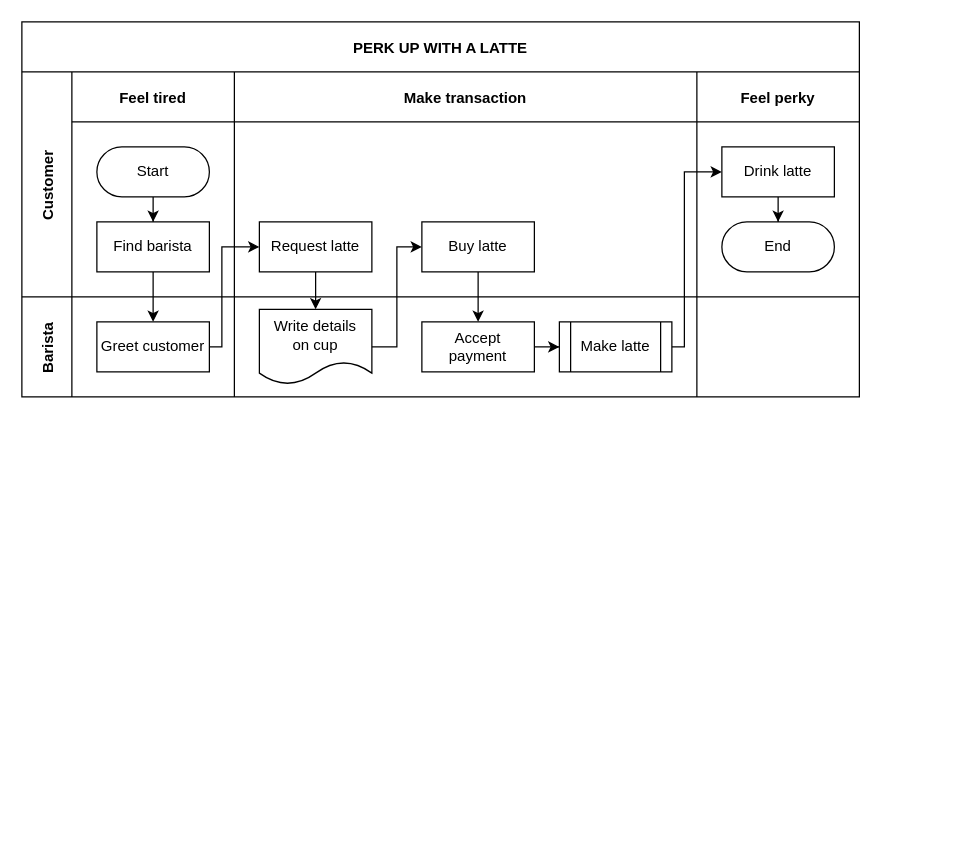
liemichael20/checkout-demo-laravel keeps this draw.io diagram as Untitled Diagram.drawio. Above is the earlier version. Source tidied: cells renumbered, new cells numbered last; positions are measured from the earlier drawing's top-left corner, leaving out a move shared by most shapes. Both pictures are drawn from the tidied source at 125%, with x=0, y=0 at pixel (21, 21).
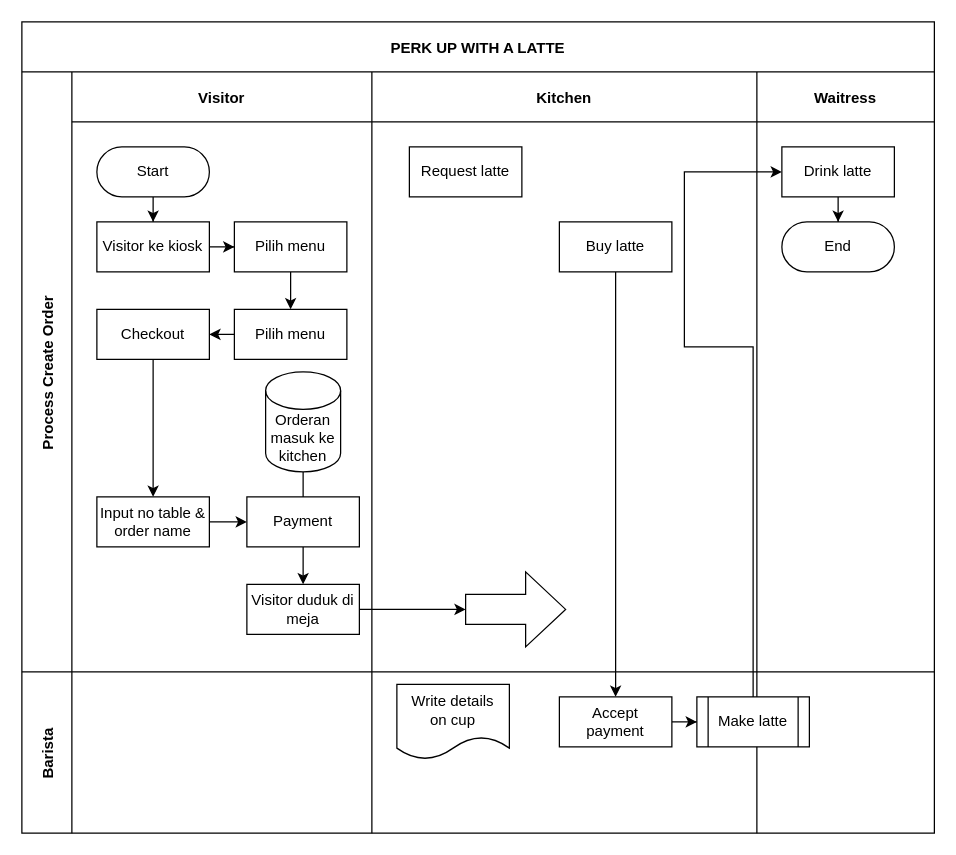
The same page after the edit.

Commit message (it also covers changes not shown here):
Ben Ambyar Resto App

Unchanged cells that the change refers to:
```xml
<mxCell id="11" value="Buy latte" style="rounded=0;whiteSpace=wrap;html=1;" parent="9" vertex="1">
  <mxGeometry x="150" y="120" width="90" height="40" as="geometry" />
</mxCell>
<mxCell id="22" value="Write details&lt;br&gt;on cup" style="shape=document;whiteSpace=wrap;html=1;boundedLbl=1;" parent="19" vertex="1">
  <mxGeometry x="20" y="10" width="90" height="60" as="geometry" />
</mxCell>
```

Change to the diagram source:
```diff
@@
-    <mxCell id="2" value="PERK UP WITH A LATTE" style="shape=table;childLayout=tableLayout;startSize=40;fillColor=none;fontStyle=1;" parent="1" vertex="1">
-      <mxGeometry width="670" height="300" as="geometry" />
+    <mxCell id="2" value="PERK UP WITH A LATTE" style="shape=table;childLayout=tableLayout;startSize=40;fillColor=none;fontStyle=1;strokeColor=default;" parent="1" vertex="1">
+      <mxGeometry width="730" height="649" as="geometry" />
     </mxCell>
-    <mxCell id="3" style="edgeStyle=orthogonalEdgeStyle;rounded=0;jettySize=auto;html=1;" parent="2" edge="1" source="8" target="18">
-      <mxGeometry relative="1" as="geometry" />
-    </mxCell>
-    <mxCell id="4" value="Customer" style="shape=tableRow;horizontal=0;swimlaneHead=0;swimlaneBody=0;top=0;left=0;bottom=0;right=0;fillColor=none;startSize=40;fontStyle=1;" parent="2" vertex="1">
-      <mxGeometry y="40" width="670" height="180" as="geometry" />
+    <mxCell id="4" value="Process Create Order" style="shape=tableRow;horizontal=0;swimlaneHead=0;swimlaneBody=0;top=0;left=0;bottom=0;right=0;fillColor=none;startSize=40;fontStyle=1;verticalAlign=middle;" parent="2" vertex="1">
+      <mxGeometry y="40" width="730" height="480" as="geometry" />
     </mxCell>
-    <mxCell id="5" value="Feel tired" style="swimlane;swimlaneHead=0;swimlaneBody=0;fillColor=none;startSize=40;fontStyle=1;" parent="4" vertex="1">
-      <mxGeometry x="40" width="130" height="180" as="geometry" />
+    <mxCell id="5" value="Visitor" style="swimlane;swimlaneHead=0;swimlaneBody=0;fillColor=none;startSize=40;fontStyle=1;" parent="4" vertex="1">
+      <mxGeometry x="40" width="240" height="480" as="geometry" />
     </mxCell>
@@
-    <mxCell id="8" value="Find barista" style="rounded=0;whiteSpace=wrap;html=1;" parent="5" vertex="1">
+    <mxCell id="8" value="Visitor ke kiosk" style="rounded=0;whiteSpace=wrap;html=1;" parent="5" vertex="1">
       <mxGeometry x="20" y="120" width="90" height="40" as="geometry" />
     </mxCell>
+    <mxCell id="18" value="Pilih menu" style="rounded=0;whiteSpace=wrap;html=1;" parent="5" vertex="1">
+      <mxGeometry x="130" y="120" width="90" height="40" as="geometry" />
+    </mxCell>
+    <mxCell id="3" style="edgeStyle=orthogonalEdgeStyle;rounded=0;jettySize=auto;html=1;" parent="5" edge="1" source="8" target="18">
+      <mxGeometry relative="1" as="geometry" />
+    </mxCell>
+    <mxCell id="30" value="Pilih menu" style="rounded=0;whiteSpace=wrap;html=1;" parent="5" vertex="1">
+      <mxGeometry x="130" y="190" width="90" height="40" as="geometry" />
+    </mxCell>
+    <mxCell id="31" style="edgeStyle=orthogonalEdgeStyle;rounded=0;jettySize=auto;html=1;entryX=0.5;entryY=0;entryDx=0;entryDy=0;exitX=0.5;exitY=1;exitDx=0;exitDy=0;" parent="5" edge="1" source="18" target="30">
+      <mxGeometry relative="1" as="geometry" />
+    </mxCell>
+    <mxCell id="32" style="edgeStyle=orthogonalEdgeStyle;rounded=0;jettySize=auto;html=1;" parent="5" edge="1" source="33" target="36">
+      <mxGeometry relative="1" as="geometry" />
+    </mxCell>
+    <mxCell id="33" value="Checkout" style="rounded=0;whiteSpace=wrap;html=1;" parent="5" vertex="1">
+      <mxGeometry x="20" y="190" width="90" height="40" as="geometry" />
+    </mxCell>
+    <mxCell id="34" style="edgeStyle=orthogonalEdgeStyle;rounded=0;jettySize=auto;html=1;entryX=1;entryY=0.5;entryDx=0;entryDy=0;exitX=0;exitY=0.5;exitDx=0;exitDy=0;" parent="5" edge="1" source="30" target="33">
+      <mxGeometry relative="1" as="geometry" />
+    </mxCell>
+    <mxCell id="35" style="edgeStyle=orthogonalEdgeStyle;rounded=0;jettySize=auto;html=1;" parent="5" edge="1" source="36" target="38">
+      <mxGeometry relative="1" as="geometry" />
+    </mxCell>
+    <mxCell id="36" value="Input no table &amp;amp; order name" style="rounded=0;whiteSpace=wrap;html=1;" parent="5" vertex="1">
+      <mxGeometry x="20" y="340" width="90" height="40" as="geometry" />
+    </mxCell>
+    <mxCell id="37" style="edgeStyle=orthogonalEdgeStyle;rounded=0;jettySize=auto;html=1;" parent="5" edge="1" source="38" target="41">
+      <mxGeometry relative="1" as="geometry" />
+    </mxCell>
+    <mxCell id="38" value="Payment" style="rounded=0;whiteSpace=wrap;html=1;" parent="5" vertex="1">
+      <mxGeometry x="140" y="340" width="90" height="40" as="geometry" />
+    </mxCell>
+    <mxCell id="39" value="Orderan masuk ke kitchen" style="shape=cylinder3;whiteSpace=wrap;html=1;boundedLbl=1;backgroundOutline=1;size=15;" parent="5" vertex="1">
+      <mxGeometry x="155" y="240" width="60" height="80" as="geometry" />
+    </mxCell>
+    <mxCell id="40" style="endArrow=none;html=1;rounded=0;entryX=0.5;entryY=1;entryDx=0;entryDy=0;entryPerimeter=0;exitX=0.5;exitY=0;exitDx=0;exitDy=0;" parent="5" edge="1" source="38" target="39">
+      <mxGeometry relative="1" as="geometry" />
+    </mxCell>
+    <mxCell id="41" value="Visitor duduk di meja" style="rounded=0;whiteSpace=wrap;html=1;" parent="5" vertex="1">
+      <mxGeometry x="140" y="410" width="90" height="40" as="geometry" />
+    </mxCell>
-    <mxCell id="9" value="Make transaction" style="swimlane;swimlaneHead=0;swimlaneBody=0;fillColor=none;startSize=40;fontStyle=1;" parent="4" vertex="1">
-      <mxGeometry x="170" width="370" height="180" as="geometry" />
+    <mxCell id="9" value="Kitchen" style="swimlane;swimlaneHead=0;swimlaneBody=0;fillColor=none;startSize=40;fontStyle=1;" parent="4" vertex="1">
+      <mxGeometry x="280" width="308" height="480" as="geometry" />
     </mxCell>
     <mxCell id="10" value="Request latte" style="rounded=0;whiteSpace=wrap;html=1;" parent="9" vertex="1">
-      <mxGeometry x="20" y="120" width="90" height="40" as="geometry" />
+      <mxGeometry x="30" y="60" width="90" height="40" as="geometry" />
     </mxCell>
@@
+    <mxCell id="42" style="shape=singleArrow;whiteSpace=wrap;html=1;arrowWidth=0.4;arrowSize=0.4;rounded=0;" parent="9" vertex="1">
+      <mxGeometry x="75" y="400" width="80" height="60" as="geometry" />
+    </mxCell>
-    <mxCell id="12" value="Feel perky" style="swimlane;swimlaneHead=0;swimlaneBody=0;fillColor=none;startSize=40;fontStyle=1;" parent="4" vertex="1">
-      <mxGeometry x="540" width="130" height="180" as="geometry" />
+    <mxCell id="12" value="Waitress" style="swimlane;swimlaneHead=0;swimlaneBody=0;fillColor=none;startSize=40;fontStyle=1;" parent="4" vertex="1">
+      <mxGeometry x="588" width="142" height="480" as="geometry" />
     </mxCell>
@@
+    <mxCell id="43" style="edgeStyle=orthogonalEdgeStyle;rounded=0;jettySize=auto;html=1;" parent="4" edge="1" source="41" target="42">
+      <mxGeometry relative="1" as="geometry" />
+    </mxCell>
     <mxCell id="16" value="Barista" style="shape=tableRow;horizontal=0;swimlaneHead=0;swimlaneBody=0;top=0;left=0;bottom=0;right=0;fillColor=none;startSize=40;fontStyle=1;" parent="2" vertex="1">
-      <mxGeometry y="220" width="670" height="80" as="geometry" />
+      <mxGeometry y="520" width="730" height="129" as="geometry" />
     </mxCell>
     <mxCell id="17" style="swimlane;swimlaneHead=0;swimlaneBody=0;fillColor=none;startSize=0;fontStyle=1;" parent="16" vertex="1">
-      <mxGeometry x="40" width="130" height="80" as="geometry" />
+      <mxGeometry x="40" width="240" height="129" as="geometry" />
     </mxCell>
-    <mxCell id="18" value="Greet customer" style="rounded=0;whiteSpace=wrap;html=1;" parent="17" vertex="1">
-      <mxGeometry x="20" y="20" width="90" height="40" as="geometry" />
-    </mxCell>
     <mxCell id="19" style="swimlane;swimlaneHead=0;swimlaneBody=0;fillColor=none;startSize=0;fontStyle=1;" parent="16" vertex="1">
-      <mxGeometry x="170" width="370" height="80" as="geometry" />
+      <mxGeometry x="280" width="308" height="129" as="geometry" />
     </mxCell>
@@
     <mxCell id="24" style="swimlane;swimlaneHead=0;swimlaneBody=0;fillColor=none;startSize=0;fontStyle=1;" parent="16" vertex="1">
-      <mxGeometry x="540" width="130" height="80" as="geometry" />
+      <mxGeometry x="588" width="142" height="129" as="geometry" />
     </mxCell>
-    <mxCell id="25" style="edgeStyle=orthogonalEdgeStyle;rounded=0;jettySize=auto;html=1;" parent="2" edge="1" source="18" target="10">
-      <mxGeometry relative="1" as="geometry">
-        <Array as="points">
-          <mxPoint x="160" y="260" />
-          <mxPoint x="160" y="180" />
-        </Array>
-      </mxGeometry>
-    </mxCell>
-    <mxCell id="26" style="edgeStyle=orthogonalEdgeStyle;rounded=0;jettySize=auto;html=1;" parent="2" edge="1" source="10" target="22">
-      <mxGeometry relative="1" as="geometry" />
-    </mxCell>
-    <mxCell id="27" style="edgeStyle=orthogonalEdgeStyle;rounded=0;jettySize=auto;html=1;" parent="2" edge="1" source="22" target="11">
-      <mxGeometry relative="1" as="geometry">
-        <Array as="points">
-          <mxPoint x="300" y="260" />
-          <mxPoint x="300" y="180" />
-        </Array>
-      </mxGeometry>
-    </mxCell>
```
